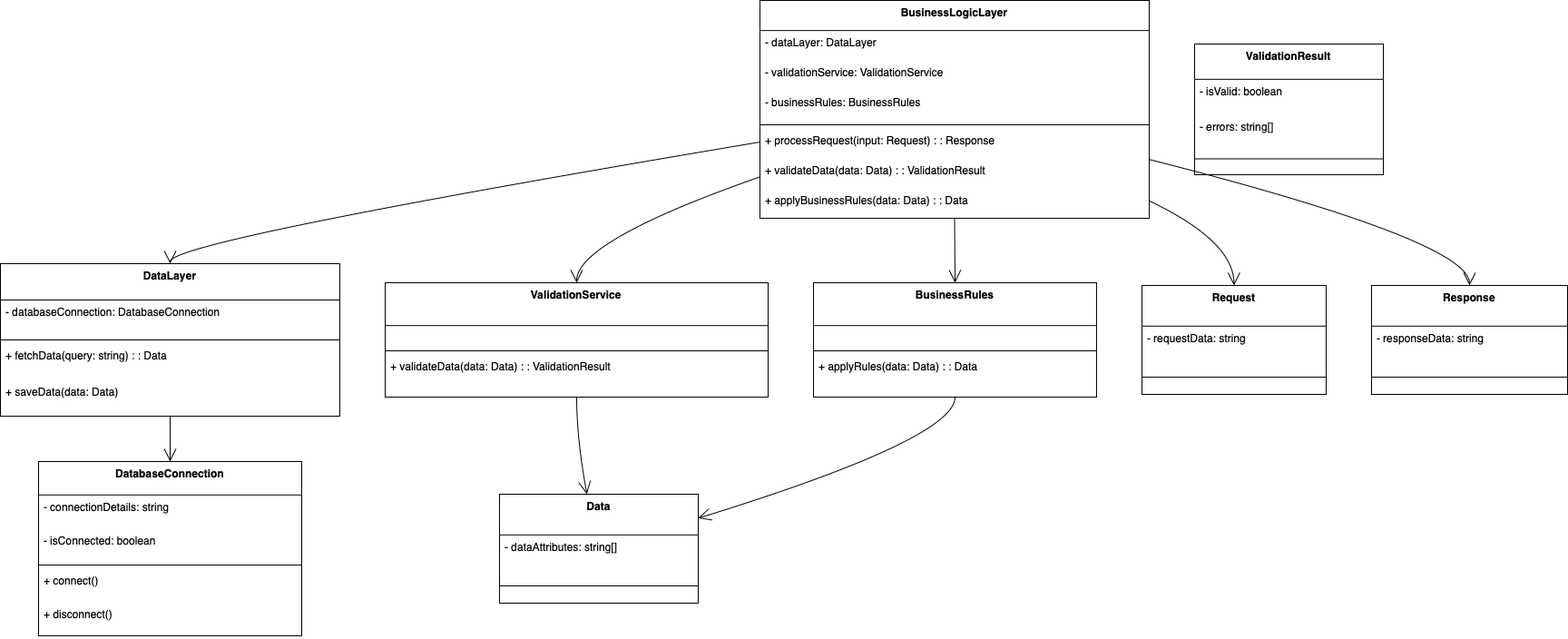
Above: part1/task 2.drawio.png in Iyed13tns/holbertonschool-hbnb (draw.io), before the change. Source tidied: cells renumbered, new cells last; positions are measured from the earlier drawing's top-left corner, leaving out a move shared by most shapes.
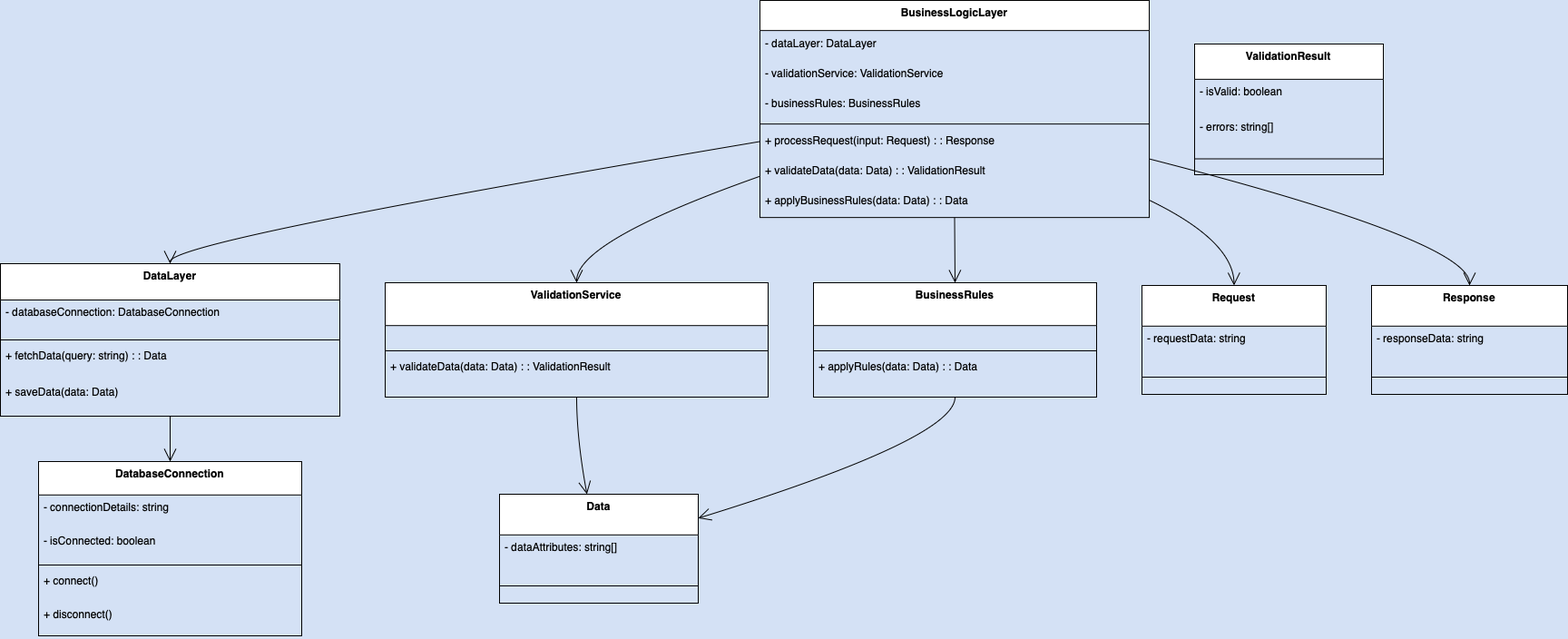
The same file after the commit.

Commit message:
Mettre à jour task 2.drawio.png

What changed in the source:
```diff
@@ -1,30 +1,30 @@
-<mxGraphModel>
+<mxGraphModel background="#D4E1F5">
   <root>
     <mxCell id="0" />
     <mxCell id="1" parent="0" />
     <mxCell id="2" value="BusinessLogicLayer" style="swimlane;fontStyle=1;align=center;verticalAlign=top;horizontal=1;startSize=33.142857142857146;" parent="1" vertex="1">
-      <mxGeometry x="837" width="429" height="240" as="geometry" />
+      <mxGeometry x="837" width="429" height="239.1" as="geometry" />
     </mxCell>
     <mxCell id="3" value="- dataLayer: DataLayer" style="text;strokeColor=none;fillColor=none;align=left;verticalAlign=top;spacingLeft=4;spacingRight=4;overflow=hidden;" parent="2" vertex="1">
-      <mxGeometry y="33" width="429" height="33" as="geometry" />
+      <mxGeometry y="33.1" width="429" height="33" as="geometry" />
     </mxCell>
     <mxCell id="4" value="- validationService: ValidationService" style="text;strokeColor=none;fillColor=none;align=left;verticalAlign=top;spacingLeft=4;spacingRight=4;overflow=hidden;" parent="2" vertex="1">
-      <mxGeometry y="66" width="429" height="33" as="geometry" />
+      <mxGeometry y="66.1" width="429" height="33" as="geometry" />
     </mxCell>
-    <mxCell id="5" value="- businessRules: BusinessRules" style="text;strokeColor=none;fillColor=none;align=left;verticalAlign=top;spacingLeft=4;spacingRight=4;overflow=hidden;" parent="2" vertex="1">
-      <mxGeometry y="99" width="429" height="33" as="geometry" />
+    <mxCell id="5" value="- businessRules: BusinessRules" style="text;align=left;verticalAlign=top;spacingLeft=4;spacingRight=4;overflow=hidden;" parent="2" vertex="1">
+      <mxGeometry y="99.1" width="429" height="33" as="geometry" />
     </mxCell>
     <mxCell id="6" style="line;strokeWidth=1;fillColor=none;align=left;verticalAlign=middle;spacingTop=-1;spacingLeft=3;spacingRight=3;labelPosition=right;strokeColor=inherit;" parent="2" vertex="1">
-      <mxGeometry y="133" width="429" height="8" as="geometry" />
+      <mxGeometry y="132.1" width="429" height="8" as="geometry" />
     </mxCell>
     <mxCell id="7" value="+ processRequest(input: Request) : : Response" style="text;strokeColor=none;fillColor=none;align=left;verticalAlign=top;spacingLeft=4;spacingRight=4;overflow=hidden;" parent="2" vertex="1">
-      <mxGeometry y="141" width="429" height="33" as="geometry" />
+      <mxGeometry y="140.1" width="429" height="33" as="geometry" />
     </mxCell>
     <mxCell id="8" value="+ validateData(data: Data) : : ValidationResult" style="text;strokeColor=none;fillColor=none;align=left;verticalAlign=top;spacingLeft=4;spacingRight=4;overflow=hidden;" parent="2" vertex="1">
-      <mxGeometry y="174" width="429" height="33" as="geometry" />
+      <mxGeometry y="173.1" width="429" height="33" as="geometry" />
     </mxCell>
     <mxCell id="9" value="+ applyBusinessRules(data: Data) : : Data" style="text;strokeColor=none;fillColor=none;align=left;verticalAlign=top;spacingLeft=4;spacingRight=4;overflow=hidden;" parent="2" vertex="1">
-      <mxGeometry y="207" width="429" height="33" as="geometry" />
+      <mxGeometry y="206.1" width="429" height="33" as="geometry" />
     </mxCell>
     <mxCell id="10" value="DataLayer" style="swimlane;fontStyle=1;align=center;verticalAlign=top;horizontal=1;startSize=40;" parent="1" vertex="1">
       <mxGeometry y="290" width="374" height="168" as="geometry" />
```
